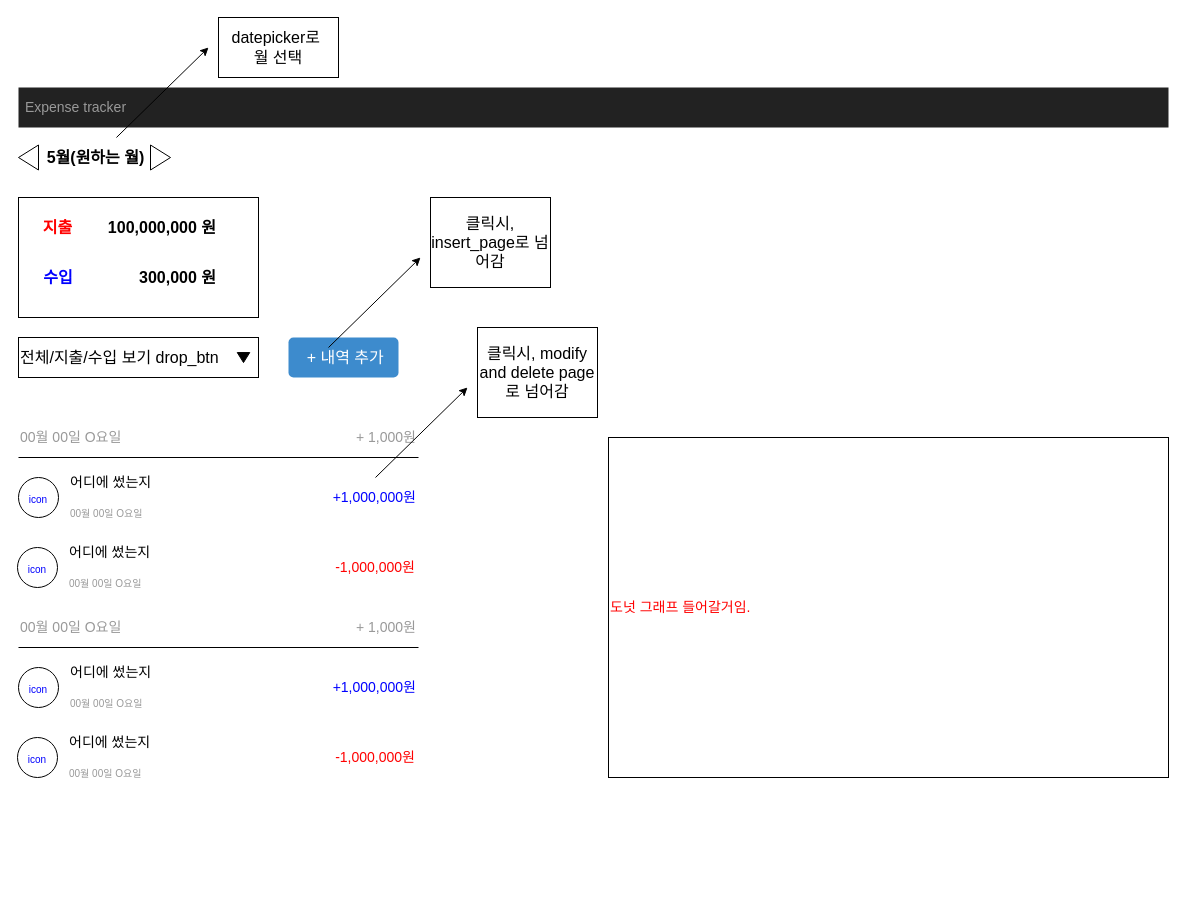
The draw.io diagram page "Total_view_page" (1 of 3) of 1.Expense Tracker/Daeho/expense_tracker.drawio in solbijae/toyProjects, before the edit. Source tidied: cells renumbered, new cells numbered last; positions are measured from the earlier drawing's top-left corner, leaving out a move shared by most shapes. Both pictures are drawn from the tidied source at 100%, with x=0, y=0 at pixel (17, 17).
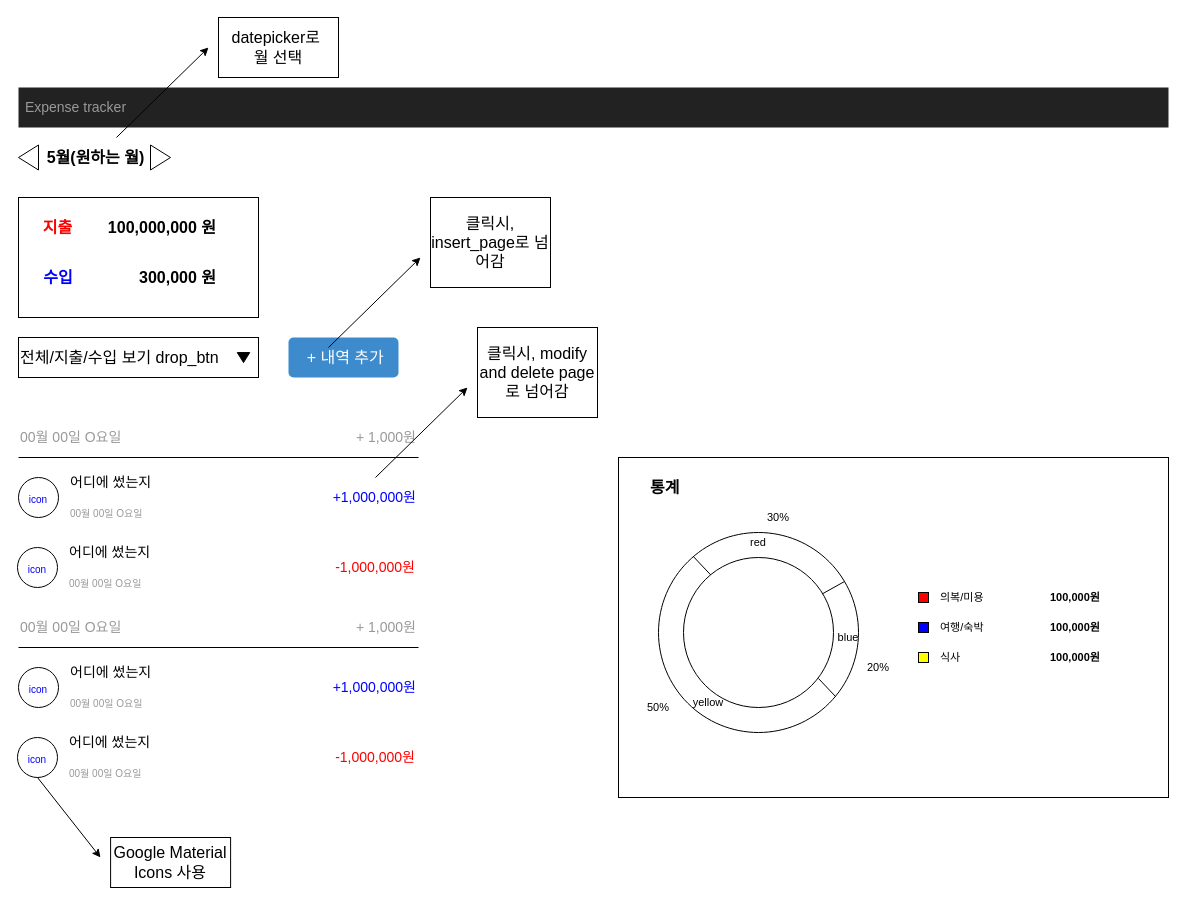
The same diagram, later.

The change refers to these unchanged cells:
```xml
<mxCell id="38" value="&lt;font size=&quot;1&quot;&gt;icon&lt;/font&gt;" style="ellipse;whiteSpace=wrap;html=1;fontSize=16;fontColor=#0000FF;fillColor=#fff;" parent="1" vertex="1">
  <mxGeometry y="720" width="40" height="40" as="geometry" />
</mxCell>
```

The edit, as a diff of the source:
```diff
@@
-    <mxCell id="45" value="도넛 그래프 들어갈거임." style="rounded=0;whiteSpace=wrap;html=1;fontSize=14;fontColor=#FF0000;fillColor=#fff;align=left;" parent="1" vertex="1">
-      <mxGeometry x="591" y="420" width="560" height="340" as="geometry" />
+    <mxCell id="45" style="rounded=0;whiteSpace=wrap;html=1;fontSize=14;fontColor=#FF0000;fillColor=#fff;align=left;" parent="1" vertex="1">
+      <mxGeometry x="601" y="440" width="550" height="340" as="geometry" />
     </mxCell>
@@
+    <mxCell id="48" value="&lt;span style=&quot;font-size: 16px;&quot;&gt;&lt;b&gt;통계&lt;/b&gt;&lt;/span&gt;" style="html=1;shadow=0;dashed=0;fillColor=none;strokeColor=none;shape=mxgraph.bootstrap.rect;fontColor=#000;fontSize=14;whiteSpace=wrap;align=left;" parent="1" vertex="1">
+      <mxGeometry x="631" y="450" width="40" height="40" as="geometry" />
+    </mxCell>
+    <mxCell id="49" style="verticalLabelPosition=bottom;verticalAlign=top;html=1;shape=mxgraph.basic.donut;dx=25;" parent="1" vertex="1">
+      <mxGeometry x="641" y="515" width="200" height="200" as="geometry" />
+    </mxCell>
+    <mxCell id="50" style="endArrow=none;html=1;rounded=0;exitX=0.261;exitY=0.212;exitDx=0;exitDy=0;exitPerimeter=0;entryX=0.176;entryY=0.122;entryDx=0;entryDy=0;entryPerimeter=0;" parent="1" edge="1" source="49" target="49">
+      <mxGeometry relative="1" as="geometry" />
+    </mxCell>
+    <mxCell id="51" style="endArrow=none;html=1;rounded=0;exitX=0.261;exitY=0.212;exitDx=0;exitDy=0;exitPerimeter=0;entryX=0.176;entryY=0.122;entryDx=0;entryDy=0;entryPerimeter=0;" parent="1" edge="1">
+      <mxGeometry relative="1" as="geometry">
+        <mxPoint x="818" y="679" as="sourcePoint" />
+        <mxPoint x="801" y="661" as="targetPoint" />
+      </mxGeometry>
+    </mxCell>
+    <mxCell id="52" style="endArrow=none;html=1;rounded=0;exitX=0.93;exitY=0.245;exitDx=0;exitDy=0;exitPerimeter=0;entryX=0.819;entryY=0.307;entryDx=0;entryDy=0;entryPerimeter=0;" parent="1" edge="1" source="49" target="49">
+      <mxGeometry relative="1" as="geometry" />
+    </mxCell>
+    <mxCell id="53" value="&lt;font color=&quot;#000000&quot; style=&quot;font-size: 11px;&quot;&gt;의복/미용&lt;/font&gt;" style="html=1;shadow=0;dashed=0;fillColor=none;strokeColor=none;shape=mxgraph.bootstrap.rect;fontColor=#999999;fontSize=11;whiteSpace=wrap;align=left;" parent="1" vertex="1">
+      <mxGeometry x="921" y="565" width="60" height="30" as="geometry" />
+    </mxCell>
+    <mxCell id="54" value="&lt;font color=&quot;#000000&quot;&gt;여행/숙박&lt;/font&gt;" style="html=1;shadow=0;dashed=0;fillColor=none;strokeColor=none;shape=mxgraph.bootstrap.rect;fontColor=#999999;fontSize=11;whiteSpace=wrap;align=left;" parent="1" vertex="1">
+      <mxGeometry x="921" y="595" width="60" height="30" as="geometry" />
+    </mxCell>
+    <mxCell id="55" value="&lt;font color=&quot;#000000&quot;&gt;식사&lt;/font&gt;" style="html=1;shadow=0;dashed=0;fillColor=none;strokeColor=none;shape=mxgraph.bootstrap.rect;fontColor=#999999;fontSize=11;whiteSpace=wrap;align=left;" parent="1" vertex="1">
+      <mxGeometry x="921" y="625" width="60" height="30" as="geometry" />
+    </mxCell>
+    <mxCell id="56" style="rounded=0;whiteSpace=wrap;html=1;fontSize=11;fillColor=#FF0000;" parent="1" vertex="1">
+      <mxGeometry x="901" y="575" width="10" height="10" as="geometry" />
+    </mxCell>
+    <mxCell id="57" style="rounded=0;whiteSpace=wrap;html=1;fontSize=11;fillColor=#0000FF;" parent="1" vertex="1">
+      <mxGeometry x="901" y="605" width="10" height="10" as="geometry" />
+    </mxCell>
+    <mxCell id="58" style="rounded=0;whiteSpace=wrap;html=1;fontSize=11;fillColor=#FFFF00;" parent="1" vertex="1">
+      <mxGeometry x="901" y="635" width="10" height="10" as="geometry" />
+    </mxCell>
+    <mxCell id="59" value="30%" style="rounded=0;whiteSpace=wrap;html=1;fontSize=11;fillColor=none;strokeColor=none;" parent="1" vertex="1">
+      <mxGeometry x="741" y="490" width="40" height="20" as="geometry" />
+    </mxCell>
+    <mxCell id="60" value="20%" style="rounded=0;whiteSpace=wrap;html=1;fontSize=11;fillColor=none;strokeColor=none;" parent="1" vertex="1">
+      <mxGeometry x="841" y="640" width="40" height="20" as="geometry" />
+    </mxCell>
+    <mxCell id="61" value="50%" style="rounded=0;whiteSpace=wrap;html=1;fontSize=11;fillColor=none;strokeColor=none;" parent="1" vertex="1">
+      <mxGeometry x="621" y="680" width="40" height="20" as="geometry" />
+    </mxCell>
+    <mxCell id="62" value="red" style="rounded=0;whiteSpace=wrap;html=1;fontSize=11;fillColor=none;strokeColor=none;" parent="1" vertex="1">
+      <mxGeometry x="721" y="515" width="40" height="20" as="geometry" />
+    </mxCell>
+    <mxCell id="63" value="yellow" style="rounded=0;whiteSpace=wrap;html=1;fontSize=11;fillColor=none;strokeColor=none;" parent="1" vertex="1">
+      <mxGeometry x="671" y="675" width="40" height="20" as="geometry" />
+    </mxCell>
+    <mxCell id="64" value="blue" style="rounded=0;whiteSpace=wrap;html=1;fontSize=11;fillColor=none;strokeColor=none;" parent="1" vertex="1">
+      <mxGeometry x="811" y="610" width="40" height="20" as="geometry" />
+    </mxCell>
+    <mxCell id="65" value="&lt;font color=&quot;#000000&quot; style=&quot;font-size: 11px;&quot;&gt;&lt;b&gt;100,000원&lt;/b&gt;&lt;/font&gt;" style="html=1;shadow=0;dashed=0;fillColor=none;strokeColor=none;shape=mxgraph.bootstrap.rect;fontColor=#999999;fontSize=11;whiteSpace=wrap;align=left;" parent="1" vertex="1">
+      <mxGeometry x="1031" y="565" width="60" height="30" as="geometry" />
+    </mxCell>
+    <mxCell id="66" value="&lt;font color=&quot;#000000&quot; style=&quot;font-size: 11px;&quot;&gt;&lt;b&gt;100,000원&lt;/b&gt;&lt;/font&gt;" style="html=1;shadow=0;dashed=0;fillColor=none;strokeColor=none;shape=mxgraph.bootstrap.rect;fontColor=#999999;fontSize=11;whiteSpace=wrap;align=left;" parent="1" vertex="1">
+      <mxGeometry x="1031" y="595" width="60" height="30" as="geometry" />
+    </mxCell>
+    <mxCell id="67" value="&lt;font color=&quot;#000000&quot; style=&quot;font-size: 11px;&quot;&gt;&lt;b&gt;100,000원&lt;/b&gt;&lt;/font&gt;" style="html=1;shadow=0;dashed=0;fillColor=none;strokeColor=none;shape=mxgraph.bootstrap.rect;fontColor=#999999;fontSize=11;whiteSpace=wrap;align=left;" parent="1" vertex="1">
+      <mxGeometry x="1031" y="625" width="60" height="30" as="geometry" />
+    </mxCell>
+    <mxCell id="68" style="endArrow=classic;html=1;rounded=0;fontSize=16;fontColor=#000;exitX=0.5;exitY=1;exitDx=0;exitDy=0;" parent="1" edge="1" source="38">
+      <mxGeometry relative="1" as="geometry">
+        <mxPoint x="83" y="840" as="targetPoint" />
+      </mxGeometry>
+    </mxCell>
+    <mxCell id="69" value="Google Material Icons 사용" style="rounded=0;whiteSpace=wrap;html=1;fontSize=16;fontColor=#000;" parent="1" vertex="1">
+      <mxGeometry x="93.1" y="820" width="120" height="50" as="geometry" />
+    </mxCell>
```
